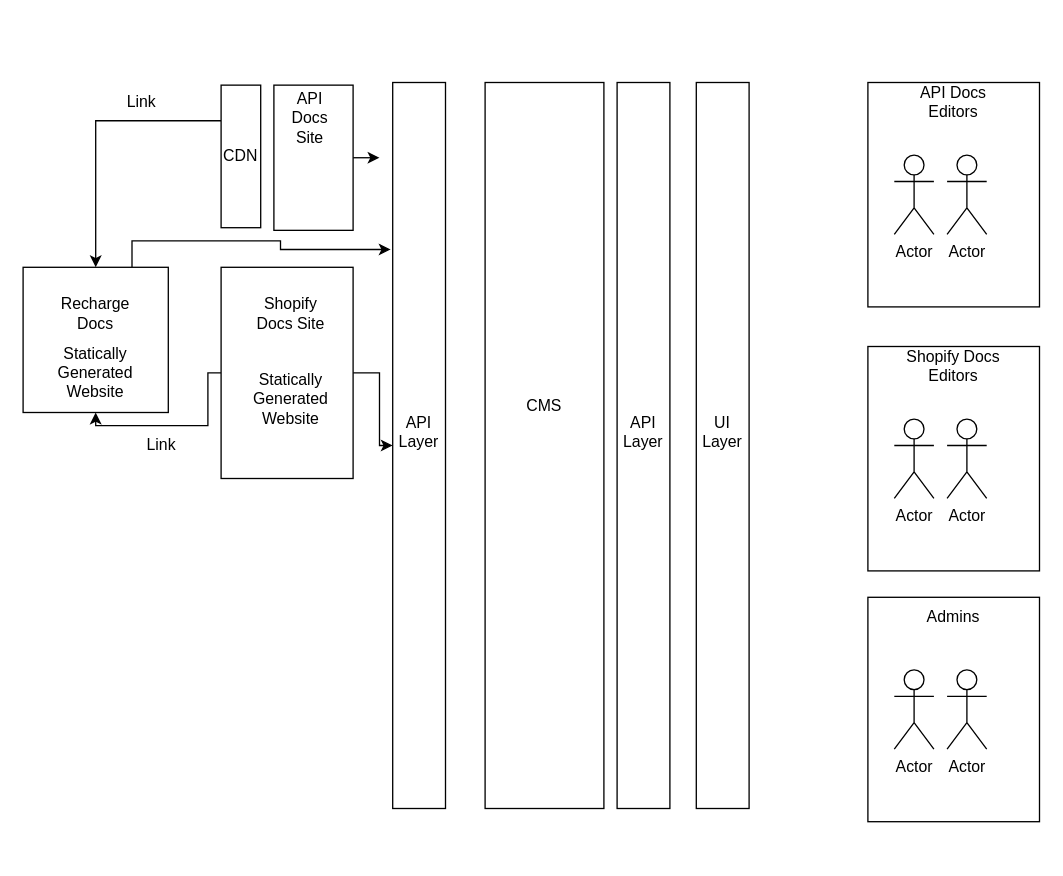
This is RechargeDocumentation/Recharge documentation overview.drawio from alexrsunrise/diagrams, a draw.io file, before an edit. Source tidied: cells renumbered, new cells numbered last; positions are measured from the earlier drawing's top-left corner, leaving out a move shared by most shapes. Both pictures are drawn from the tidied source at 132%, with x=0, y=0 at pixel (22, 82).
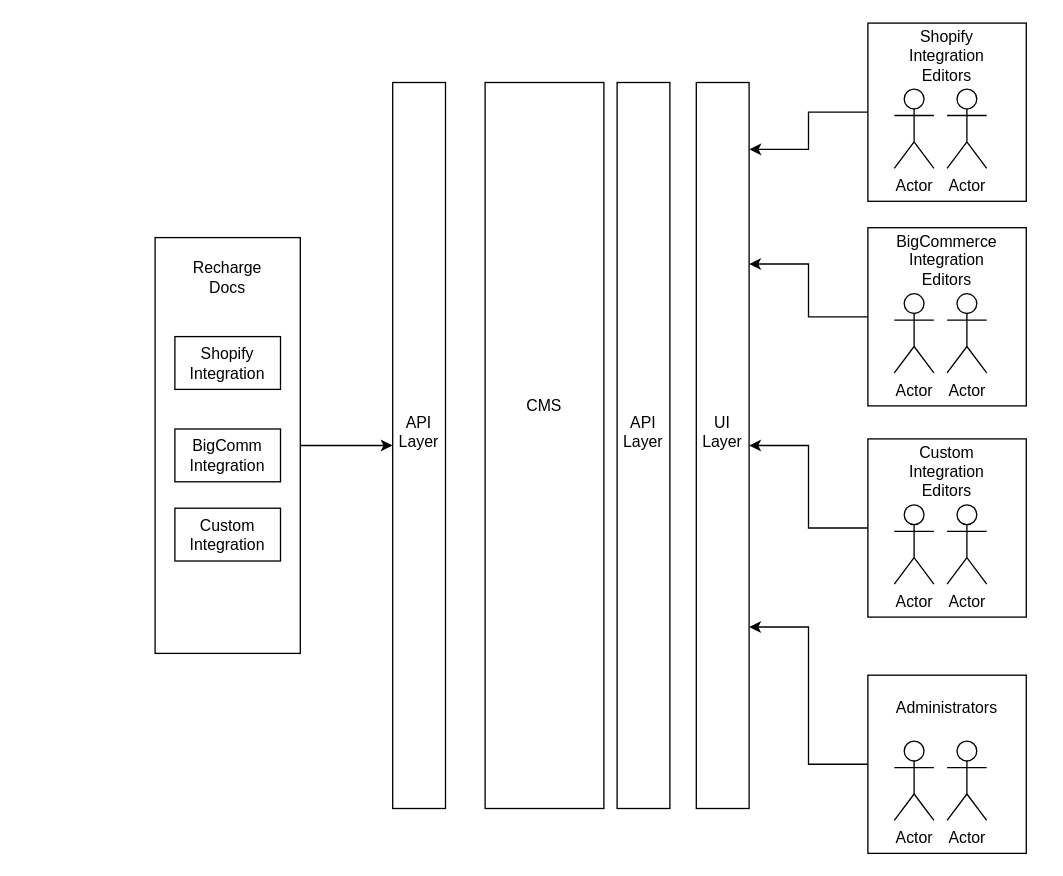
The same page after the edit.

Unchanged cells that the change refers to:
```xml
<mxCell id="5" style="rounded=0;whiteSpace=wrap;html=1;direction=south;" parent="1" vertex="1">
  <mxGeometry x="510" width="40" height="550" as="geometry" />
</mxCell>
<mxCell id="20" style="rounded=0;whiteSpace=wrap;html=1;direction=south;" parent="1" vertex="1">
  <mxGeometry x="280" width="40" height="550" as="geometry" />
</mxCell>
```

Change to the diagram source:
```diff
@@
+    <mxCell id="39" style="edgeStyle=orthogonalEdgeStyle;rounded=0;jettySize=auto;html=1;exitX=0;exitY=0.5;exitDx=0;exitDy=0;entryX=0.092;entryY=-0.005;entryDx=0;entryDy=0;entryPerimeter=0;" parent="1" edge="1" source="8" target="5">
+      <mxGeometry relative="1" as="geometry" />
+    </mxCell>
     <mxCell id="8" style="rounded=0;whiteSpace=wrap;html=1;" parent="1" vertex="1">
-      <mxGeometry x="640" width="130" height="170" as="geometry" />
+      <mxGeometry x="640" y="-45" width="120" height="135" as="geometry" />
     </mxCell>
-    <mxCell id="9" value="API Docs Editors" style="text;html=1;strokeColor=none;fillColor=none;align=center;verticalAlign=middle;whiteSpace=wrap;rounded=0;" parent="1" vertex="1">
-      <mxGeometry x="660" width="90" height="30" as="geometry" />
+    <mxCell id="9" value="Shopify Integration Editors" style="text;html=1;strokeColor=none;fillColor=none;align=center;verticalAlign=middle;whiteSpace=wrap;rounded=0;" parent="1" vertex="1">
+      <mxGeometry x="655" y="-35" width="90" height="30" as="geometry" />
     </mxCell>
     <mxCell id="10" value="Actor" style="shape=umlActor;verticalLabelPosition=bottom;verticalAlign=top;html=1;" parent="1" vertex="1">
-      <mxGeometry x="660" y="55" width="30" height="60" as="geometry" />
+      <mxGeometry x="660" y="5" width="30" height="60" as="geometry" />
     </mxCell>
     <mxCell id="11" value="Actor" style="shape=umlActor;verticalLabelPosition=bottom;verticalAlign=top;html=1;" parent="1" vertex="1">
-      <mxGeometry x="700" y="55" width="30" height="60" as="geometry" />
+      <mxGeometry x="700" y="5" width="30" height="60" as="geometry" />
     </mxCell>
-    <mxCell id="12" style="rounded=0;whiteSpace=wrap;html=1;" parent="1" vertex="1">
-      <mxGeometry x="640" y="200" width="130" height="170" as="geometry" />
-    </mxCell>
-    <mxCell id="13" value="Shopify Docs Editors" style="text;html=1;strokeColor=none;fillColor=none;align=center;verticalAlign=middle;whiteSpace=wrap;rounded=0;" parent="1" vertex="1">
-      <mxGeometry x="660" y="200" width="90" height="30" as="geometry" />
-    </mxCell>
-    <mxCell id="14" value="Actor" style="shape=umlActor;verticalLabelPosition=bottom;verticalAlign=top;html=1;" parent="1" vertex="1">
-      <mxGeometry x="660" y="255" width="30" height="60" as="geometry" />
-    </mxCell>
-    <mxCell id="15" value="Actor" style="shape=umlActor;verticalLabelPosition=bottom;verticalAlign=top;html=1;" parent="1" vertex="1">
-      <mxGeometry x="700" y="255" width="30" height="60" as="geometry" />
-    </mxCell>
-    <mxCell id="16" style="rounded=0;whiteSpace=wrap;html=1;" parent="1" vertex="1">
-      <mxGeometry x="640" y="390" width="130" height="170" as="geometry" />
-    </mxCell>
-    <mxCell id="17" value="Admins" style="text;html=1;strokeColor=none;fillColor=none;align=center;verticalAlign=middle;whiteSpace=wrap;rounded=0;" parent="1" vertex="1">
-      <mxGeometry x="660" y="390" width="90" height="30" as="geometry" />
-    </mxCell>
-    <mxCell id="18" value="Actor" style="shape=umlActor;verticalLabelPosition=bottom;verticalAlign=top;html=1;" parent="1" vertex="1">
-      <mxGeometry x="660" y="445" width="30" height="60" as="geometry" />
-    </mxCell>
-    <mxCell id="19" value="Actor" style="shape=umlActor;verticalLabelPosition=bottom;verticalAlign=top;html=1;" parent="1" vertex="1">
-      <mxGeometry x="700" y="445" width="30" height="60" as="geometry" />
-    </mxCell>
@@
-    <mxCell id="22" style="edgeStyle=orthogonalEdgeStyle;rounded=0;jettySize=auto;html=1;exitX=0.75;exitY=0;exitDx=0;exitDy=0;entryX=0.23;entryY=1.039;entryDx=0;entryDy=0;entryPerimeter=0;" parent="1" edge="1" source="23" target="20">
+    <mxCell id="22" style="edgeStyle=orthogonalEdgeStyle;rounded=0;jettySize=auto;html=1;" parent="1" edge="1" source="23" target="20">
       <mxGeometry relative="1" as="geometry" />
     </mxCell>
     <mxCell id="23" style="rounded=0;whiteSpace=wrap;html=1;" parent="1" vertex="1">
-      <mxGeometry y="140" width="110" height="110" as="geometry" />
+      <mxGeometry x="100" y="117.5" width="110" height="315" as="geometry" />
     </mxCell>
-    <mxCell id="24" style="edgeStyle=orthogonalEdgeStyle;rounded=0;jettySize=auto;html=1;" parent="1" edge="1" source="25">
-      <mxGeometry relative="1" as="geometry">
-        <mxPoint x="270" y="57" as="targetPoint" />
-      </mxGeometry>
-    </mxCell>
-    <mxCell id="25" style="rounded=0;whiteSpace=wrap;html=1;" parent="1" vertex="1">
-      <mxGeometry x="190" y="2" width="60" height="110" as="geometry" />
-    </mxCell>
-    <mxCell id="26" value="API Docs Site" style="text;html=1;strokeColor=none;fillColor=none;align=center;verticalAlign=middle;whiteSpace=wrap;rounded=0;" parent="1" vertex="1">
-      <mxGeometry x="200" y="12" width="35" height="30" as="geometry" />
-    </mxCell>
-    <mxCell id="27" style="edgeStyle=orthogonalEdgeStyle;rounded=0;jettySize=auto;html=1;exitX=0;exitY=0.25;exitDx=0;exitDy=0;" parent="1" edge="1" source="28" target="23">
-      <mxGeometry relative="1" as="geometry" />
-    </mxCell>
-    <mxCell id="28" style="rounded=0;whiteSpace=wrap;html=1;" parent="1" vertex="1">
-      <mxGeometry x="150" y="2" width="30" height="108" as="geometry" />
-    </mxCell>
-    <mxCell id="29" value="CDN" style="text;html=1;strokeColor=none;fillColor=none;align=center;verticalAlign=middle;whiteSpace=wrap;rounded=0;" parent="1" vertex="1">
-      <mxGeometry x="135" y="41" width="60" height="30" as="geometry" />
-    </mxCell>
-    <mxCell id="30" style="edgeStyle=orthogonalEdgeStyle;rounded=0;jettySize=auto;html=1;exitX=1;exitY=0.5;exitDx=0;exitDy=0;" parent="1" edge="1" source="32" target="20">
-      <mxGeometry relative="1" as="geometry" />
-    </mxCell>
-    <mxCell id="31" style="edgeStyle=orthogonalEdgeStyle;rounded=0;jettySize=auto;html=1;entryX=0.5;entryY=1;entryDx=0;entryDy=0;" parent="1" edge="1" source="32" target="23">
-      <mxGeometry relative="1" as="geometry">
-        <Array as="points">
-          <mxPoint x="140" y="220" />
-          <mxPoint x="140" y="260" />
-          <mxPoint x="55" y="260" />
-        </Array>
-      </mxGeometry>
-    </mxCell>
-    <mxCell id="32" style="rounded=0;whiteSpace=wrap;html=1;" parent="1" vertex="1">
-      <mxGeometry x="150" y="140" width="100" height="160" as="geometry" />
-    </mxCell>
-    <mxCell id="33" value="Shopify Docs Site" style="text;html=1;strokeColor=none;fillColor=none;align=center;verticalAlign=middle;whiteSpace=wrap;rounded=0;" parent="1" vertex="1">
-      <mxGeometry x="173" y="160" width="60" height="30" as="geometry" />
-    </mxCell>
-    <mxCell id="34" value="Statically Generated&lt;br&gt;Website" style="text;html=1;strokeColor=none;fillColor=none;align=center;verticalAlign=middle;whiteSpace=wrap;rounded=0;" parent="1" vertex="1">
-      <mxGeometry x="173" y="225" width="60" height="30" as="geometry" />
-    </mxCell>
     <mxCell id="35" value="Recharge Docs" style="text;html=1;strokeColor=none;fillColor=none;align=center;verticalAlign=middle;whiteSpace=wrap;rounded=0;" parent="1" vertex="1">
-      <mxGeometry x="25" y="160" width="60" height="30" as="geometry" />
+      <mxGeometry x="125" y="132.5" width="60" height="30" as="geometry" />
     </mxCell>
-    <mxCell id="36" value="Link" style="text;html=1;strokeColor=none;fillColor=none;align=center;verticalAlign=middle;whiteSpace=wrap;rounded=0;" parent="1" vertex="1">
-      <mxGeometry x="60" width="60" height="30" as="geometry" />
-    </mxCell>
-    <mxCell id="37" value="Link" style="text;html=1;strokeColor=none;fillColor=none;align=center;verticalAlign=middle;whiteSpace=wrap;rounded=0;" parent="1" vertex="1">
-      <mxGeometry x="75" y="260" width="60" height="30" as="geometry" />
-    </mxCell>
-    <mxCell id="38" value="Statically Generated Website" style="text;html=1;strokeColor=none;fillColor=none;align=center;verticalAlign=middle;whiteSpace=wrap;rounded=0;" parent="1" vertex="1">
-      <mxGeometry x="25" y="205" width="60" height="30" as="geometry" />
-    </mxCell>
+    <mxCell id="40" style="edgeStyle=orthogonalEdgeStyle;rounded=0;jettySize=auto;html=1;exitX=0;exitY=0.5;exitDx=0;exitDy=0;entryX=0.25;entryY=0;entryDx=0;entryDy=0;" parent="1" edge="1" source="41" target="5">
+      <mxGeometry relative="1" as="geometry" />
+    </mxCell>
+    <mxCell id="41" style="rounded=0;whiteSpace=wrap;html=1;" parent="1" vertex="1">
+      <mxGeometry x="640" y="110" width="120" height="135" as="geometry" />
+    </mxCell>
+    <mxCell id="42" value="BigCommerce Integration Editors" style="text;html=1;strokeColor=none;fillColor=none;align=center;verticalAlign=middle;whiteSpace=wrap;rounded=0;" parent="1" vertex="1">
+      <mxGeometry x="655" y="120" width="90" height="30" as="geometry" />
+    </mxCell>
+    <mxCell id="43" value="Actor" style="shape=umlActor;verticalLabelPosition=bottom;verticalAlign=top;html=1;" parent="1" vertex="1">
+      <mxGeometry x="660" y="160" width="30" height="60" as="geometry" />
+    </mxCell>
+    <mxCell id="44" value="Actor" style="shape=umlActor;verticalLabelPosition=bottom;verticalAlign=top;html=1;" parent="1" vertex="1">
+      <mxGeometry x="700" y="160" width="30" height="60" as="geometry" />
+    </mxCell>
+    <mxCell id="45" style="edgeStyle=orthogonalEdgeStyle;rounded=0;jettySize=auto;html=1;" parent="1" edge="1" source="46" target="5">
+      <mxGeometry relative="1" as="geometry" />
+    </mxCell>
+    <mxCell id="46" style="rounded=0;whiteSpace=wrap;html=1;" parent="1" vertex="1">
+      <mxGeometry x="640" y="270" width="120" height="135" as="geometry" />
+    </mxCell>
+    <mxCell id="47" value="Custom Integration Editors" style="text;html=1;strokeColor=none;fillColor=none;align=center;verticalAlign=middle;whiteSpace=wrap;rounded=0;" parent="1" vertex="1">
+      <mxGeometry x="655" y="280" width="90" height="30" as="geometry" />
+    </mxCell>
+    <mxCell id="48" value="Actor" style="shape=umlActor;verticalLabelPosition=bottom;verticalAlign=top;html=1;" parent="1" vertex="1">
+      <mxGeometry x="660" y="320" width="30" height="60" as="geometry" />
+    </mxCell>
+    <mxCell id="49" value="Actor" style="shape=umlActor;verticalLabelPosition=bottom;verticalAlign=top;html=1;" parent="1" vertex="1">
+      <mxGeometry x="700" y="320" width="30" height="60" as="geometry" />
+    </mxCell>
+    <mxCell id="50" style="edgeStyle=orthogonalEdgeStyle;rounded=0;jettySize=auto;html=1;entryX=0.75;entryY=0;entryDx=0;entryDy=0;" parent="1" edge="1" source="51" target="5">
+      <mxGeometry relative="1" as="geometry" />
+    </mxCell>
+    <mxCell id="51" style="rounded=0;whiteSpace=wrap;html=1;" parent="1" vertex="1">
+      <mxGeometry x="640" y="449" width="120" height="135" as="geometry" />
+    </mxCell>
+    <mxCell id="52" value="Administrators" style="text;html=1;strokeColor=none;fillColor=none;align=center;verticalAlign=middle;whiteSpace=wrap;rounded=0;" parent="1" vertex="1">
+      <mxGeometry x="655" y="459" width="90" height="30" as="geometry" />
+    </mxCell>
+    <mxCell id="53" value="Actor" style="shape=umlActor;verticalLabelPosition=bottom;verticalAlign=top;html=1;" parent="1" vertex="1">
+      <mxGeometry x="660" y="499" width="30" height="60" as="geometry" />
+    </mxCell>
+    <mxCell id="54" value="Actor" style="shape=umlActor;verticalLabelPosition=bottom;verticalAlign=top;html=1;" parent="1" vertex="1">
+      <mxGeometry x="700" y="499" width="30" height="60" as="geometry" />
+    </mxCell>
+    <mxCell id="55" style="rounded=0;whiteSpace=wrap;html=1;" parent="1" vertex="1">
+      <mxGeometry x="115" y="192.5" width="80" height="40" as="geometry" />
+    </mxCell>
+    <mxCell id="56" value="Shopify Integration" style="text;html=1;strokeColor=none;fillColor=none;align=center;verticalAlign=middle;whiteSpace=wrap;rounded=0;" parent="1" vertex="1">
+      <mxGeometry x="125" y="197.5" width="60" height="30" as="geometry" />
+    </mxCell>
+    <mxCell id="57" style="rounded=0;whiteSpace=wrap;html=1;" parent="1" vertex="1">
+      <mxGeometry x="115" y="322.5" width="80" height="40" as="geometry" />
+    </mxCell>
+    <mxCell id="58" value="Custom&lt;br&gt;Integration" style="text;html=1;strokeColor=none;fillColor=none;align=center;verticalAlign=middle;whiteSpace=wrap;rounded=0;" parent="1" vertex="1">
+      <mxGeometry x="125" y="327.5" width="60" height="30" as="geometry" />
+    </mxCell>
+    <mxCell id="59" style="rounded=0;whiteSpace=wrap;html=1;" parent="1" vertex="1">
+      <mxGeometry x="115" y="262.5" width="80" height="40" as="geometry" />
+    </mxCell>
+    <mxCell id="60" value="BigComm&lt;br&gt;Integration" style="text;html=1;strokeColor=none;fillColor=none;align=center;verticalAlign=middle;whiteSpace=wrap;rounded=0;" parent="1" vertex="1">
+      <mxGeometry x="125" y="267.5" width="60" height="30" as="geometry" />
+    </mxCell>
```
